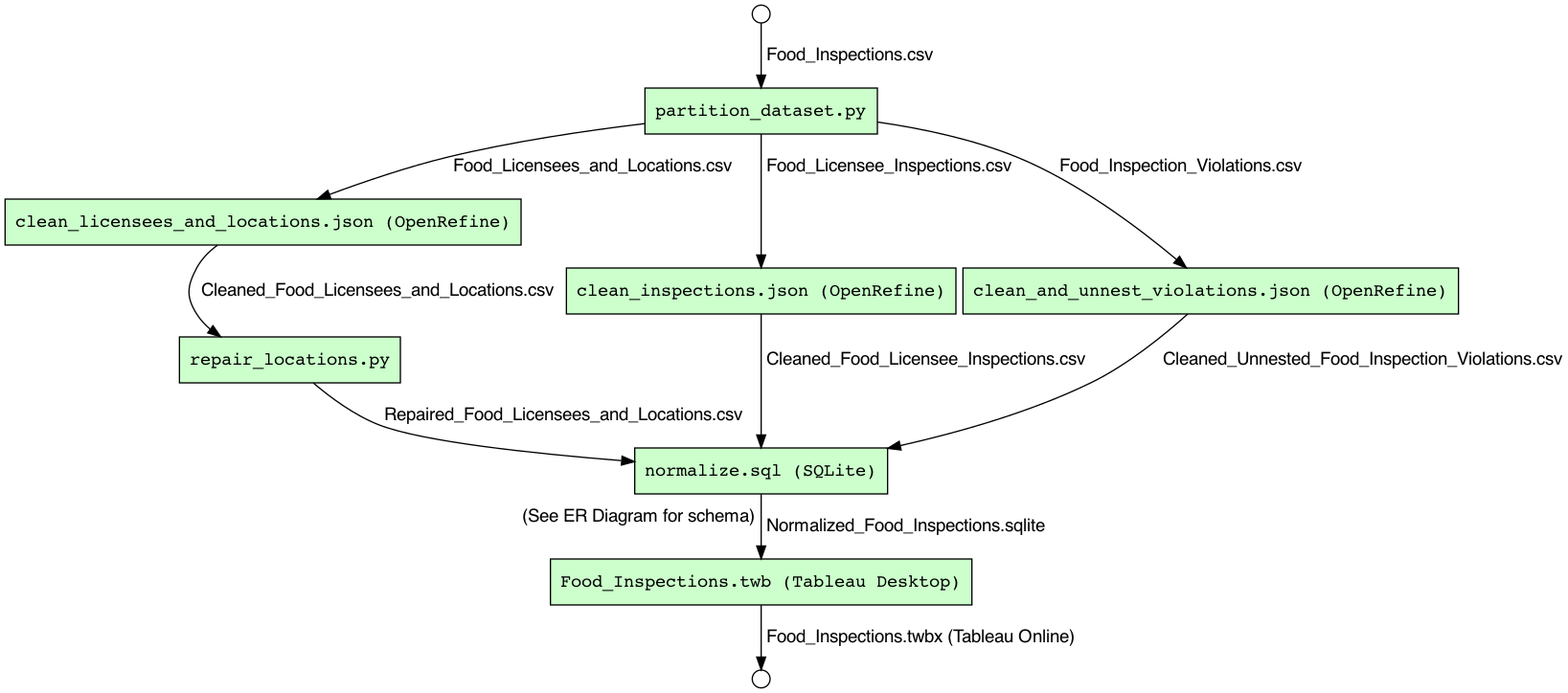
Earlier version of the Graphviz export overview.png (dmcguire81/CS513DataCleaningTeam152). Its source is kept beside it as overview.gv. Source of this version:
```dot
digraph Workflow {
    # Inputs/Outputs with YesWorkflow Styling
    node[shape=circle style=filled fillcolor="#FFFFFF" peripheries=1 fontname=Courier width=0.2]
    "Food_Inspections.csv" [label=""]
    "Food_Inspections.twbx (Tableau Online)" [label=""]

    # Steps with YesWorkflow Styling
    node[shape=box style=filled fillcolor="#CCFFCC" peripheries=1 fontname=Courier]
    edge[fontname=Helvetica]

    # Partition
    "Food_Inspections.csv" -> "partition_dataset.py" [label=" Food_Inspections.csv"]

    # Clean & Regularize
    "partition_dataset.py" -> "clean_licensees_and_locations.json (OpenRefine)" [label=" Food_Licensees_and_Locations.csv"]
    "partition_dataset.py" -> "clean_inspections.json (OpenRefine)" [label=" Food_Licensee_Inspections.csv"]
    "partition_dataset.py" -> "clean_and_unnest_violations.json (OpenRefine)" [label=" Food_Inspection_Violations.csv"]

    # Repair
    "clean_licensees_and_locations.json (OpenRefine)" -> "repair_locations.py" [label=" Cleaned_Food_Licensees_and_Locations.csv"]

    # Normalize
    "repair_locations.py" -> "normalize.sql (SQLite)" [label=" Repaired_Food_Licensees_and_Locations.csv"]
    "clean_inspections.json (OpenRefine)" -> "normalize.sql (SQLite)" [label=" Cleaned_Food_Licensee_Inspections.csv"]
    "clean_and_unnest_violations.json (OpenRefine)" -> "normalize.sql (SQLite)" [label=" Cleaned_Unnested_Food_Inspection_Violations.csv"]

    # Visualize (U1)
    "normalize.sql (SQLite)" -> "Food_Inspections.twb (Tableau Desktop)" [label=" Normalized_Food_Inspections.sqlite", xlabel="(See ER Diagram for schema) "]
    "Food_Inspections.twb (Tableau Desktop)" -> "Food_Inspections.twbx (Tableau Online)" [label=" Food_Inspections.twbx (Tableau Online)"]
}
```
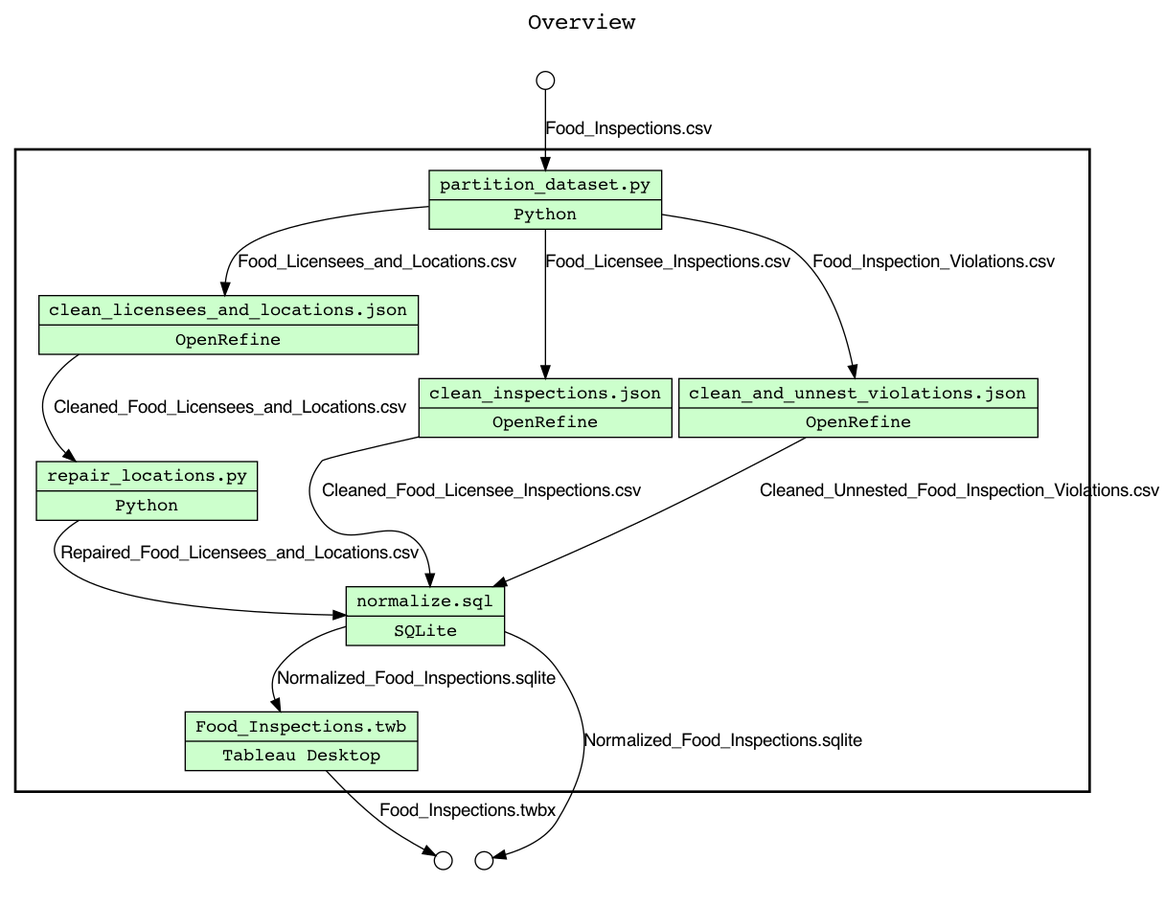
After the commit.

Commit message:
Generate overview diagram from YesWorkflow source, instead

What changed in the source:
```diff
@@ -1,30 +1,41 @@
 digraph Workflow {
-    # Inputs/Outputs with YesWorkflow Styling
-    node[shape=circle style=filled fillcolor="#FFFFFF" peripheries=1 fontname=Courier width=0.2]
-    "Food_Inspections.csv" [label=""]
-    "Food_Inspections.twbx (Tableau Online)" [label=""]
-
-    # Steps with YesWorkflow Styling
-    node[shape=box style=filled fillcolor="#CCFFCC" peripheries=1 fontname=Courier]
-    edge[fontname=Helvetica]
-
-    # Partition
-    "Food_Inspections.csv" -> "partition_dataset.py" [label=" Food_Inspections.csv"]
-
-    # Clean & Regularize
-    "partition_dataset.py" -> "clean_licensees_and_locations.json (OpenRefine)" [label=" Food_Licensees_and_Locations.csv"]
-    "partition_dataset.py" -> "clean_inspections.json (OpenRefine)" [label=" Food_Licensee_Inspections.csv"]
-    "partition_dataset.py" -> "clean_and_unnest_violations.json (OpenRefine)" [label=" Food_Inspection_Violations.csv"]
-
-    # Repair
-    "clean_licensees_and_locations.json (OpenRefine)" -> "repair_locations.py" [label=" Cleaned_Food_Licensees_and_Locations.csv"]
-
-    # Normalize
-    "repair_locations.py" -> "normalize.sql (SQLite)" [label=" Repaired_Food_Licensees_and_Locations.csv"]
-    "clean_inspections.json (OpenRefine)" -> "normalize.sql (SQLite)" [label=" Cleaned_Food_Licensee_Inspections.csv"]
-    "clean_and_unnest_violations.json (OpenRefine)" -> "normalize.sql (SQLite)" [label=" Cleaned_Unnested_Food_Inspection_Violations.csv"]
-
-    # Visualize (U1)
-    "normalize.sql (SQLite)" -> "Food_Inspections.twb (Tableau Desktop)" [label=" Normalized_Food_Inspections.sqlite", xlabel="(See ER Diagram for schema) "]
-    "Food_Inspections.twb (Tableau Desktop)" -> "Food_Inspections.twbx (Tableau Online)" [label=" Food_Inspections.twbx (Tableau Online)"]
+rankdir=TB
+fontname=Courier; fontsize=18; labelloc=t
+label=Overview
+subgraph cluster_workflow_box_outer { label=""; color=black; penwidth=2
+subgraph cluster_workflow_box_inner { label=""; color=white
+node[shape=box style=filled fillcolor="#CCFFCC" peripheries=1 fontname=Courier]
+"partition_dataset.py" [shape=record rankdir=LR label="{<f0> partition_dataset.py |<f1> Python}"];
+"clean_licensees_and_locations.json" [shape=record rankdir=LR label="{<f0> clean_licensees_and_locations.json |<f1> OpenRefine}"];
+"clean_inspections.json" [shape=record rankdir=LR label="{<f0> clean_inspections.json |<f1> OpenRefine}"];
+"clean_and_unnest_violations.json" [shape=record rankdir=LR label="{<f0> clean_and_unnest_violations.json |<f1> OpenRefine}"];
+"repair_locations.py" [shape=record rankdir=LR label="{<f0> repair_locations.py |<f1> Python}"];
+"normalize.sql" [shape=record rankdir=LR label="{<f0> normalize.sql |<f1> SQLite}"];
+"Food_Inspections.twb" [shape=record rankdir=LR label="{<f0> Food_Inspections.twb |<f1> Tableau Desktop}"];
+edge[fontname=Helvetica]
+"partition_dataset.py" -> "clean_licensees_and_locations.json" [label="Food_Licensees_and_Locations.csv"]
+"partition_dataset.py" -> "clean_inspections.json" [label="Food_Licensee_Inspections.csv"]
+"partition_dataset.py" -> "clean_and_unnest_violations.json" [label="Food_Inspection_Violations.csv"]
+"clean_licensees_and_locations.json" -> "repair_locations.py" [label="Cleaned_Food_Licensees_and_Locations.csv"]
+"repair_locations.py" -> "normalize.sql" [label="Repaired_Food_Licensees_and_Locations.csv"]
+"clean_inspections.json" -> "normalize.sql" [label="Cleaned_Food_Licensee_Inspections.csv"]
+"clean_and_unnest_violations.json" -> "normalize.sql" [label="Cleaned_Unnested_Food_Inspection_Violations.csv"]
+"normalize.sql" -> "Food_Inspections.twb" [label="Normalized_Food_Inspections.sqlite"]
+}}
+subgraph cluster_input_ports_group_outer { label=""; color=white
+subgraph cluster_input_ports_group_inner { label=""; color=white
+node[shape=circle style=filled fillcolor="#FFFFFF" peripheries=1 fontname=Courier width=0.2]
+"Food_Inspections.csv_input_port" [label=""]
+}}
+subgraph cluster_output_ports_group_outer { label=""; color=white
+subgraph cluster_output_ports_group_inner { label=""; color=white
+node[shape=circle style=filled fillcolor="#FFFFFF" peripheries=1 fontname=Courier width=0.2]
+"Normalized_Food_Inspections.sqlite_output_port" [label=""]
+"Food_Inspections.twbx_output_port" [label=""]
+}}
+edge[fontname=Helvetica]
+"Food_Inspections.csv_input_port" -> "partition_dataset.py" [label="Food_Inspections.csv"]
+edge[fontname=Helvetica]
+"normalize.sql" -> "Normalized_Food_Inspections.sqlite_output_port" [label="Normalized_Food_Inspections.sqlite"]
+"Food_Inspections.twb" -> "Food_Inspections.twbx_output_port" [label="Food_Inspections.twbx"]
 }
```
